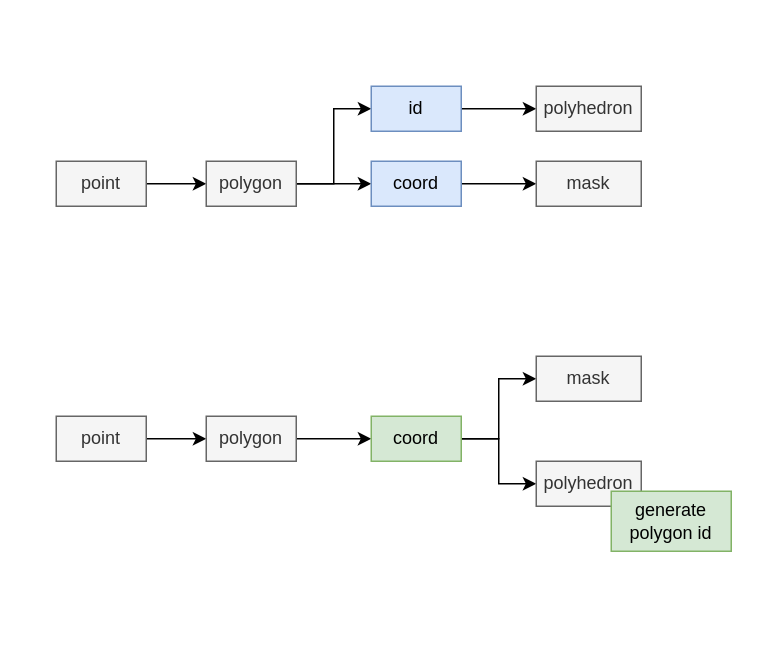
This is 未命名绘图.drawio from FicmillaR/drawio, a draw.io file, before an edit. Source tidied: cells renumbered, new cells numbered last; positions are measured from the earlier drawing's top-left corner, leaving out a move shared by most shapes. Both pictures are drawn from the tidied source at 150%, with x=0, y=0 at pixel (56, 86).
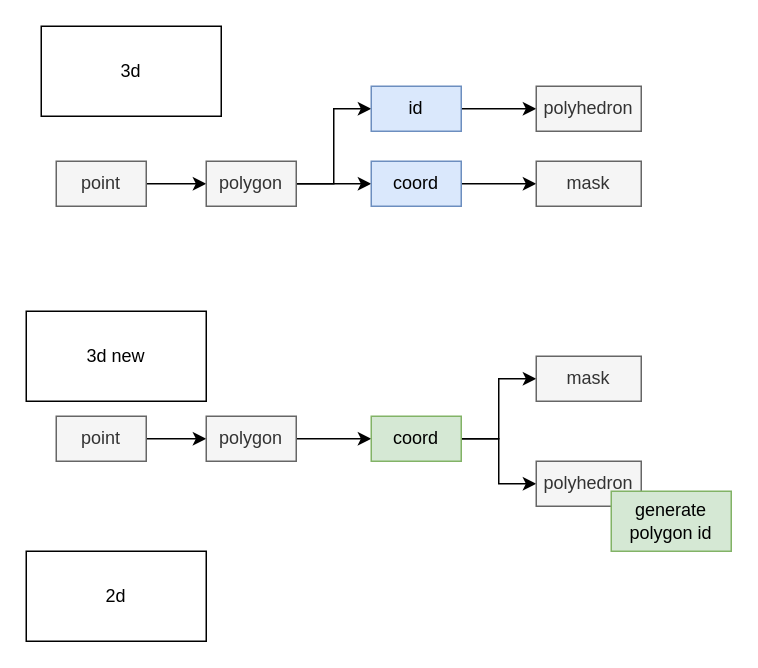
The same page after the edit.

Commit message (it also covers changes not shown here):
更新未命名绘图.drawio

What changed in the source:
```diff
@@
+    <mxCell id="23" value="3d" style="rounded=0;whiteSpace=wrap;html=1;" parent="1" vertex="1">
+      <mxGeometry x="-10" y="-40" width="120" height="60" as="geometry" />
+    </mxCell>
+    <mxCell id="24" value="3d new" style="rounded=0;whiteSpace=wrap;html=1;" parent="1" vertex="1">
+      <mxGeometry x="-20" y="150" width="120" height="60" as="geometry" />
+    </mxCell>
+    <mxCell id="25" value="2d" style="rounded=0;whiteSpace=wrap;html=1;" parent="1" vertex="1">
+      <mxGeometry x="-20" y="310" width="120" height="60" as="geometry" />
+    </mxCell>
```
